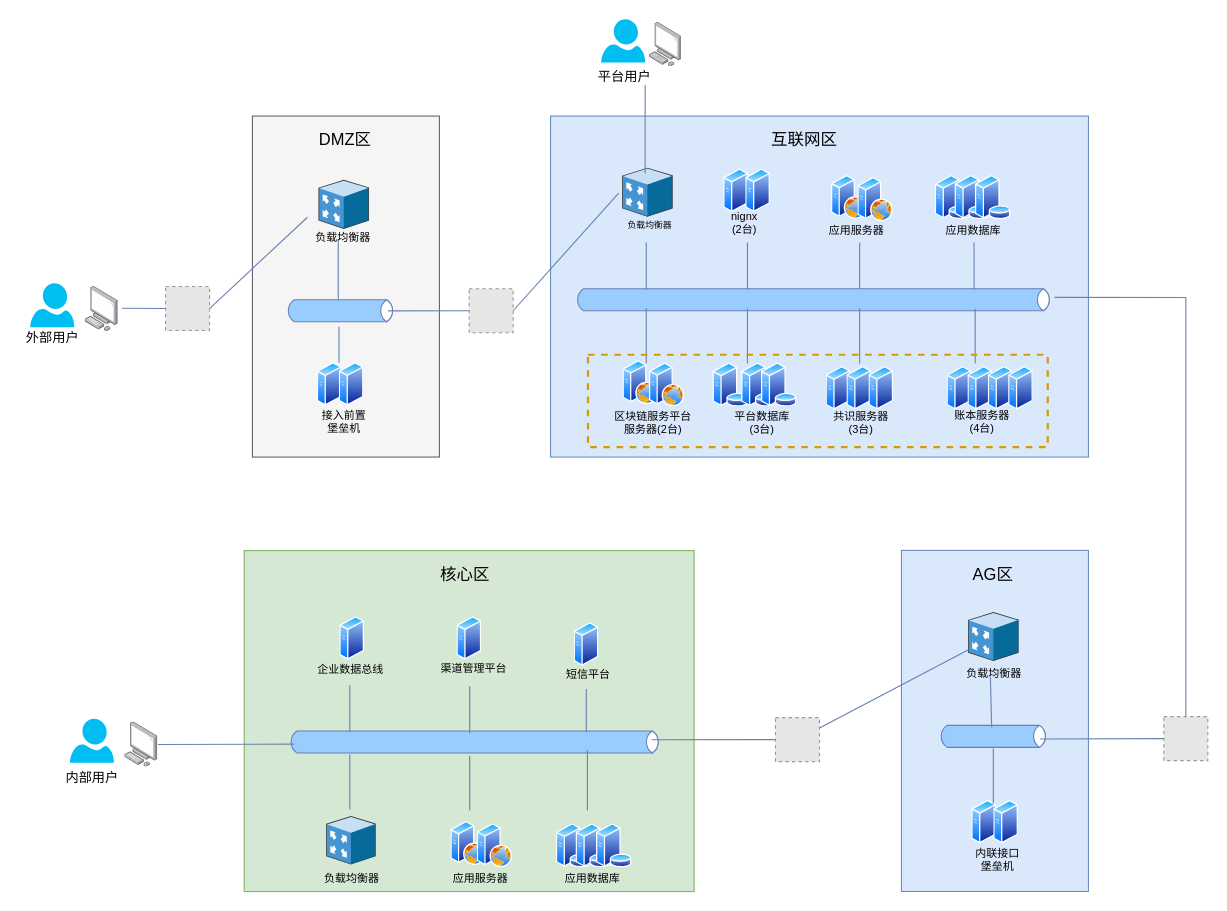
Earlier version of the draw.io diagram repository/drawio/postb/系统拓扑图.drawio (dilide/collections). Source tidied: cells renumbered, new cells numbered last; positions are measured from the earlier drawing's top-left corner, leaving out a move shared by most shapes. Both pictures are drawn from the tidied source at 110%, with x=0, y=0 at pixel (19, 19). Pictures stored in the file or linked from it are replaced by grey dashed boxes.
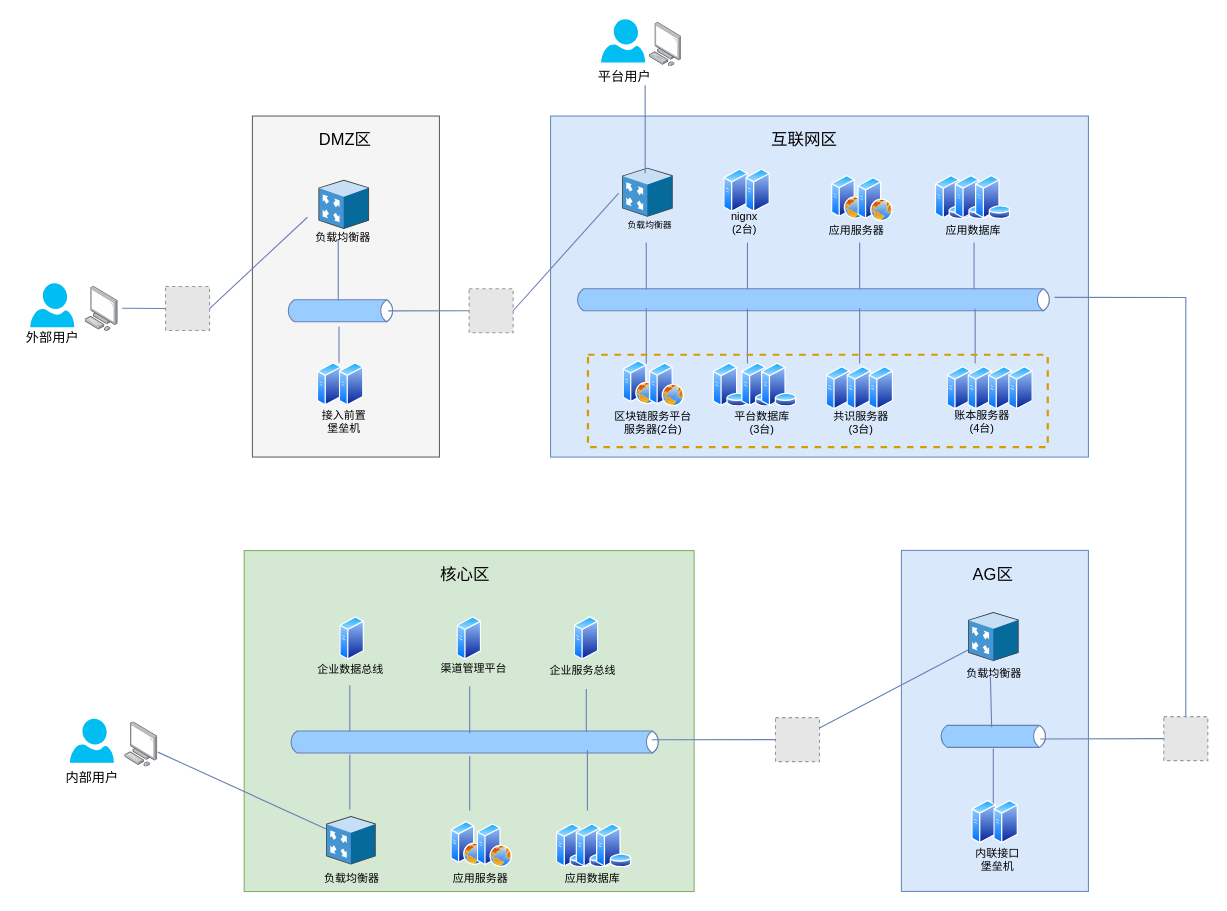
Above is the later version.

Commit message (it also covers changes not shown here):
Update 系统拓扑图.drawio

The change refers to these unchanged cells:
```xml
<mxCell id="83" style="html=1;fillColor=#99CCFF;strokeColor=#6881B3;gradientColor=none;gradientDirection=north;strokeWidth=1;shape=mxgraph.networks.bus;gradientColor=none;gradientDirection=north;fontColor=#ffffff;perimeter=backbonePerimeter;backboneSize=20;align=center;" parent="1" vertex="1">
  <mxGeometry x="244.5" y="647" width="339" height="20" as="geometry" />
</mxCell>
<mxCell id="90" style="shadow=0;dashed=0;html=1;labelPosition=center;verticalLabelPosition=bottom;verticalAlign=top;align=center;outlineConnect=0;shape=mxgraph.veeam.3d.proxy_appliance;direction=east;" parent="1" vertex="1">
  <mxGeometry x="279" y="724.4" width="45" height="44" as="geometry" />
</mxCell>
<mxCell id="113" style="points=[];html=1;align=center;shadow=0;dashed=0;image;image=img/lib/allied_telesis/computer_and_terminals/Personal_Computer.svg;strokeColor=#6881B3;fillColor=#99CCFF;fontSize=12;" parent="1" vertex="1">
  <mxGeometry x="96" y="638.9" width="30" height="41" as="geometry" />
</mxCell>
```

What changed in the source:
```diff
@@
     <mxCell id="92" style="perimeter=ellipsePerimeter;html=1;align=center;shadow=0;dashed=0;spacingTop=3;image;image=img/lib/active_directory/generic_server.svg;strokeColor=#6881B3;strokeWidth=1;fillColor=#99CCFF;fontSize=8;" parent="1" vertex="1">
-      <mxGeometry x="504.5" y="548.4" width="22.4" height="40" as="geometry" />
+      <mxGeometry x="504.5" y="543" width="22.4" height="40" as="geometry" />
     </mxCell>
     <mxCell id="93" style="perimeter=ellipsePerimeter;html=1;align=center;shadow=0;dashed=0;spacingTop=3;image;image=img/lib/active_directory/generic_server.svg;strokeColor=#6881B3;strokeWidth=1;fillColor=#99CCFF;fontSize=8;" parent="1" vertex="1">
-      <mxGeometry x="398" y="542.9" width="22.4" height="40" as="geometry" />
+      <mxGeometry x="398" y="543" width="22.4" height="40" as="geometry" />
     </mxCell>
-    <mxCell id="94" value="短信平台" style="text;html=1;align=center;verticalAlign=top;spacingTop=-4;fontSize=10;" parent="1" vertex="1">
-      <mxGeometry x="491.5" y="587.4" width="50" height="10" as="geometry" />
+    <mxCell id="94" value="企业服务总线" style="text;html=1;align=center;verticalAlign=top;spacingTop=-4;fontSize=10;" parent="1" vertex="1">
+      <mxGeometry x="471" y="583.9" width="82" height="12" as="geometry" />
     </mxCell>
@@
     <mxCell id="96" style="perimeter=ellipsePerimeter;html=1;align=center;shadow=0;dashed=0;spacingTop=3;image;image=img/lib/active_directory/generic_server.svg;strokeColor=#6881B3;strokeWidth=1;fillColor=#99CCFF;fontSize=8;" parent="1" vertex="1">
-      <mxGeometry x="291.5" y="542.9" width="22.4" height="40" as="geometry" />
+      <mxGeometry x="291.5" y="543" width="22.4" height="40" as="geometry" />
     </mxCell>
@@
-    <mxCell id="118" style="endArrow=none;html=1;strokeColor=#6881B3;entryX=0.016;entryY=0.6;entryDx=0;entryDy=0;entryPerimeter=0;" parent="1" edge="1" source="113" target="83">
+    <mxCell id="118" style="endArrow=none;html=1;strokeColor=#6881B3;" parent="1" edge="1" source="113" target="90">
       <mxGeometry relative="1" as="geometry" />
     </mxCell>
```
